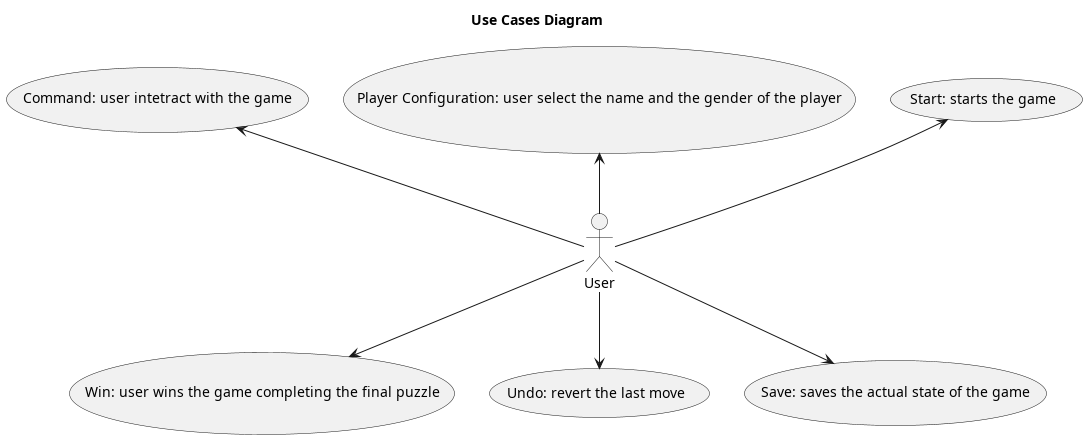
Earlier version of the PlantUML export docs/uml/UseCasesDiagram.png (nardib/TextAdventure).
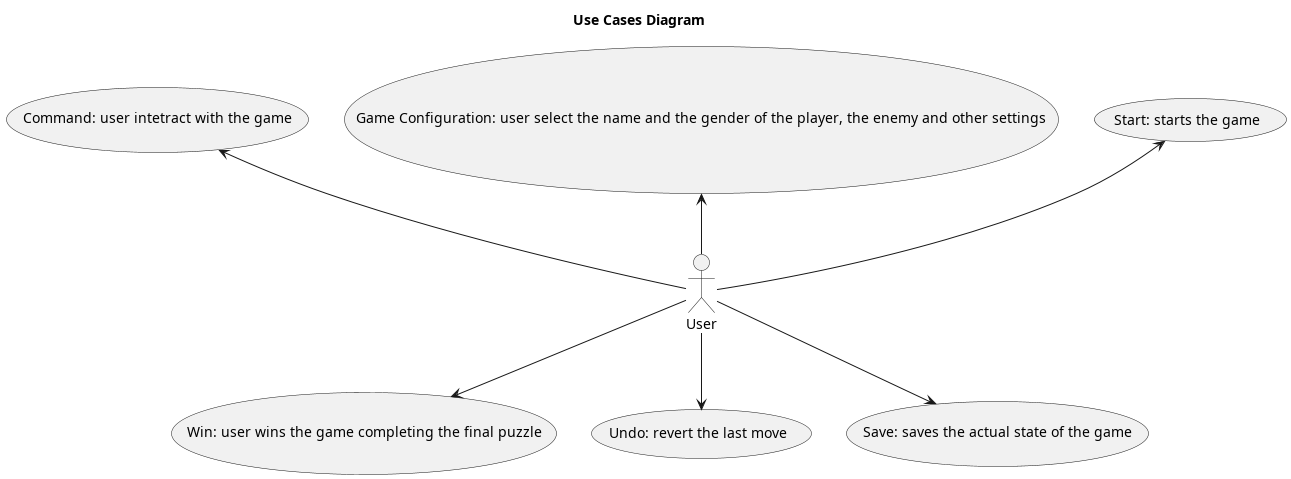
The same diagram one commit later.

The edit, as a diff of the source:
```diff
@@ -3,7 +3,7 @@
 title Use Cases Diagram
 
 (Start: starts the game) as (start)
-(Player Configuration: user select the name and the gender of the player) as (config)
+(Game Configuration: user select the name and the gender of the player, the enemy and other settings) as (config)
 (Command: user intetract with the game) as (command)
 (Win: user wins the game completing the final puzzle) as (win)
 (Undo: revert the last move) as (undo)
```
